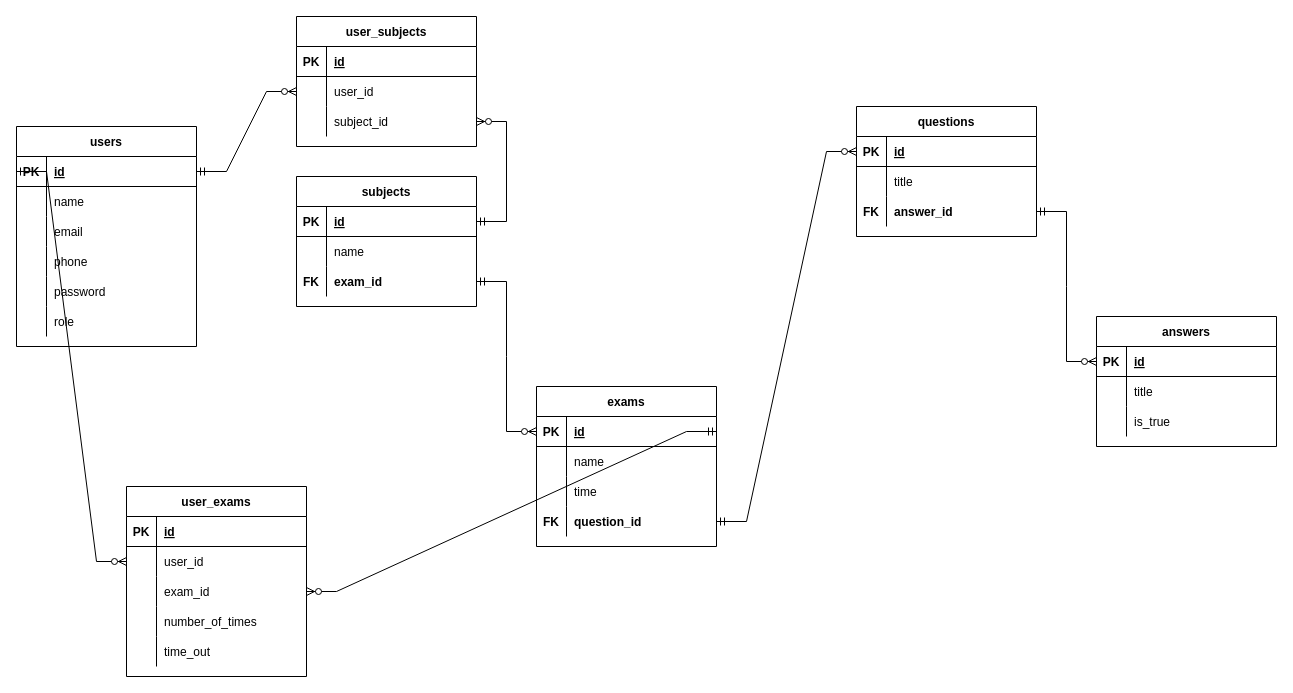
Before: Untitled Diagram.drawio in manh-cuong61/backend_mutiple-choice-test, a draw.io diagram. Source tidied: cells renumbered, new cells numbered last; positions are measured from the earlier drawing's top-left corner, leaving out a move shared by most shapes. Both pictures are drawn from the tidied source at 100%, with x=0, y=0 at pixel (16, 16).
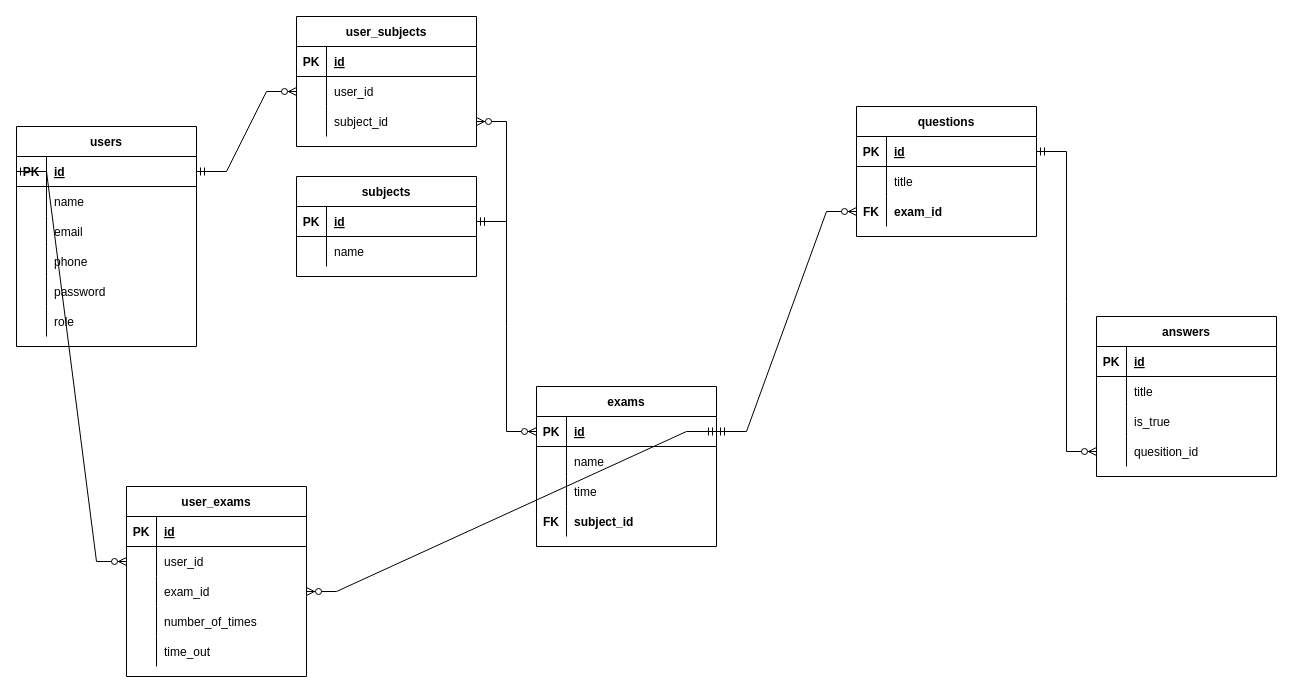
The same page after the edit.

Unchanged cells that the change refers to:
```xml
<mxCell id="22" style="shape=tableRow;horizontal=0;startSize=0;swimlaneHead=0;swimlaneBody=0;fillColor=none;points=[[0,0.5],[1,0.5]];portConstraint=eastwest;top=0;left=0;right=0;bottom=1;" parent="21" vertex="1">
  <mxGeometry y="30" width="180" height="30" as="geometry" />
</mxCell>
<mxCell id="31" value="exams" style="shape=table;startSize=30;childLayout=tableLayout;rowLines=0;fontStyle=1;align=center;" parent="1" vertex="1">
  <mxGeometry x="520" y="370" width="180" height="160" as="geometry" />
</mxCell>
<mxCell id="32" style="shape=tableRow;horizontal=0;startSize=0;swimlaneHead=0;swimlaneBody=0;fillColor=none;points=[[0,0.5],[1,0.5]];portConstraint=eastwest;top=0;left=0;right=0;bottom=1;" parent="31" vertex="1">
  <mxGeometry y="30" width="180" height="30" as="geometry" />
</mxCell>
<mxCell id="46" style="shape=tableRow;horizontal=0;startSize=0;swimlaneHead=0;swimlaneBody=0;fillColor=none;points=[[0,0.5],[1,0.5]];portConstraint=eastwest;top=0;left=0;right=0;bottom=1;" parent="45" vertex="1">
  <mxGeometry y="30" width="180" height="30" as="geometry" />
</mxCell>
<mxCell id="52" style="shape=tableRow;horizontal=0;startSize=0;swimlaneHead=0;swimlaneBody=0;fillColor=none;points=[[0,0.5],[1,0.5]];portConstraint=eastwest;top=0;left=0;right=0;bottom=0;" parent="45" vertex="1">
  <mxGeometry y="90" width="180" height="30" as="geometry" />
</mxCell>
<mxCell id="56" style="shape=tableRow;horizontal=0;startSize=0;swimlaneHead=0;swimlaneBody=0;fillColor=none;points=[[0,0.5],[1,0.5]];portConstraint=eastwest;top=0;left=0;right=0;bottom=1;" parent="55" vertex="1">
  <mxGeometry y="30" width="180" height="30" as="geometry" />
</mxCell>
```

The edit, as a diff of the source:
```diff
@@
     <mxCell id="21" value="subjects" style="shape=table;startSize=30;childLayout=tableLayout;rowLines=0;fontStyle=1;align=center;" parent="1" vertex="1">
-      <mxGeometry x="280" y="160" width="180" height="130" as="geometry" />
+      <mxGeometry x="280" y="160" width="180" height="100" as="geometry" />
     </mxCell>
@@
-    <mxCell id="28" style="shape=tableRow;horizontal=0;startSize=0;swimlaneHead=0;swimlaneBody=0;fillColor=none;points=[[0,0.5],[1,0.5]];portConstraint=eastwest;top=0;left=0;right=0;bottom=0;" parent="21" vertex="1">
-      <mxGeometry y="90" width="180" height="30" as="geometry" />
-    </mxCell>
-    <mxCell id="29" value="FK" style="shape=partialRectangle;fillColor=none;top=0;left=0;bottom=0;right=0;overflow=hidden;fontStyle=1;" parent="28" vertex="1">
-      <mxGeometry width="30" height="30" as="geometry" />
-    </mxCell>
-    <mxCell id="30" value="exam_id" style="shape=partialRectangle;fillColor=none;top=0;left=0;bottom=0;right=0;align=left;spacingLeft=6;overflow=hidden;fontStyle=1;" parent="28" vertex="1">
-      <mxGeometry x="30" width="150" height="30" as="geometry" />
-    </mxCell>
@@
-    <mxCell id="41" style="shape=tableRow;horizontal=0;startSize=0;swimlaneHead=0;swimlaneBody=0;fillColor=none;points=[[0,0.5],[1,0.5]];portConstraint=eastwest;top=0;left=0;right=0;bottom=0;" parent="31" vertex="1">
-      <mxGeometry y="120" width="180" height="30" as="geometry" />
-    </mxCell>
-    <mxCell id="42" value="FK" style="shape=partialRectangle;fillColor=none;top=0;left=0;bottom=0;right=0;overflow=hidden;fontStyle=1;" parent="41" vertex="1">
-      <mxGeometry width="30" height="30" as="geometry" />
-    </mxCell>
-    <mxCell id="43" value="question_id" style="shape=partialRectangle;fillColor=none;top=0;left=0;bottom=0;right=0;align=left;spacingLeft=6;overflow=hidden;fontStyle=1;" parent="41" vertex="1">
-      <mxGeometry x="30" width="150" height="30" as="geometry" />
-    </mxCell>
+    <mxCell id="97" style="shape=tableRow;horizontal=0;startSize=0;swimlaneHead=0;swimlaneBody=0;fillColor=none;top=0;left=0;right=0;bottom=0;" parent="31" vertex="1">
+      <mxGeometry y="120" width="180" height="30" as="geometry" />
+    </mxCell>
+    <mxCell id="98" value="FK" style="shape=partialRectangle;fillColor=none;top=0;left=0;bottom=0;right=0;overflow=hidden;fontStyle=1;" parent="97" vertex="1">
+      <mxGeometry width="30" height="30" as="geometry" />
+    </mxCell>
+    <mxCell id="99" value="subject_id" style="shape=partialRectangle;fillColor=none;top=0;left=0;bottom=0;right=0;align=left;spacingLeft=6;overflow=hidden;fontStyle=1;" parent="97" vertex="1">
+      <mxGeometry x="30" width="150" height="30" as="geometry" />
+    </mxCell>
-    <mxCell id="44" style="edgeStyle=entityRelationEdgeStyle;fontSize=12;html=1;endArrow=ERzeroToMany;startArrow=ERmandOne;rounded=0;exitX=1;exitY=0.5;exitDx=0;exitDy=0;entryX=0;entryY=0.5;entryDx=0;entryDy=0;" parent="1" edge="1" source="28" target="32">
+    <mxCell id="44" style="edgeStyle=entityRelationEdgeStyle;fontSize=12;html=1;endArrow=ERzeroToMany;startArrow=ERmandOne;rounded=0;exitX=1;exitY=0.5;exitDx=0;exitDy=0;entryX=0;entryY=0.5;entryDx=0;entryDy=0;" parent="1" edge="1" source="22" target="32">
       <mxGeometry relative="1" as="geometry" />
     </mxCell>
@@
-    <mxCell id="54" value="answer_id" style="shape=partialRectangle;fillColor=none;top=0;left=0;bottom=0;right=0;align=left;spacingLeft=6;overflow=hidden;fontStyle=1;" parent="52" vertex="1">
+    <mxCell id="54" value="exam_id" style="shape=partialRectangle;fillColor=none;top=0;left=0;bottom=0;right=0;align=left;spacingLeft=6;overflow=hidden;fontStyle=1;" parent="52" vertex="1">
       <mxGeometry x="30" width="150" height="30" as="geometry" />
     </mxCell>
     <mxCell id="55" value="answers" style="shape=table;startSize=30;childLayout=tableLayout;rowLines=0;fontStyle=1;align=center;" parent="1" vertex="1">
-      <mxGeometry x="1080" y="300" width="180" height="130" as="geometry" />
+      <mxGeometry x="1080" y="300" width="180" height="160" as="geometry" />
     </mxCell>
@@
+    <mxCell id="100" style="shape=tableRow;horizontal=0;startSize=0;swimlaneHead=0;swimlaneBody=0;fillColor=none;points=[[0,0.5],[1,0.5]];portConstraint=eastwest;top=0;left=0;right=0;bottom=0;" parent="55" vertex="1">
+      <mxGeometry y="120" width="180" height="30" as="geometry" />
+    </mxCell>
+    <mxCell id="101" style="shape=partialRectangle;fillColor=none;top=0;left=0;bottom=0;right=0;overflow=hidden;" parent="100" vertex="1">
+      <mxGeometry width="30" height="30" as="geometry" />
+    </mxCell>
+    <mxCell id="102" value="quesition_id" style="shape=partialRectangle;fillColor=none;top=0;left=0;bottom=0;right=0;align=left;spacingLeft=6;overflow=hidden;" parent="100" vertex="1">
+      <mxGeometry x="30" width="150" height="30" as="geometry" />
+    </mxCell>
-    <mxCell id="65" style="edgeStyle=entityRelationEdgeStyle;fontSize=12;html=1;endArrow=ERzeroToMany;startArrow=ERmandOne;rounded=0;exitX=1;exitY=0.5;exitDx=0;exitDy=0;entryX=0;entryY=0.5;entryDx=0;entryDy=0;" parent="1" edge="1" source="52" target="56">
+    <mxCell id="65" style="edgeStyle=entityRelationEdgeStyle;fontSize=12;html=1;endArrow=ERzeroToMany;startArrow=ERmandOne;rounded=0;exitX=1;exitY=0.5;exitDx=0;exitDy=0;entryX=0;entryY=0.5;entryDx=0;entryDy=0;" parent="1" edge="1" source="46" target="100">
       <mxGeometry relative="1" as="geometry" />
     </mxCell>
-    <mxCell id="66" style="edgeStyle=entityRelationEdgeStyle;fontSize=12;html=1;endArrow=ERzeroToMany;startArrow=ERmandOne;rounded=0;entryX=0;entryY=0.5;entryDx=0;entryDy=0;exitX=1;exitY=0.5;exitDx=0;exitDy=0;" parent="1" edge="1" source="41" target="46">
+    <mxCell id="66" style="edgeStyle=entityRelationEdgeStyle;fontSize=12;html=1;endArrow=ERzeroToMany;startArrow=ERmandOne;rounded=0;entryX=0;entryY=0.5;entryDx=0;entryDy=0;exitX=1;exitY=0.5;exitDx=0;exitDy=0;" parent="1" edge="1" source="32" target="52">
       <mxGeometry relative="1" as="geometry" />
     </mxCell>
```
